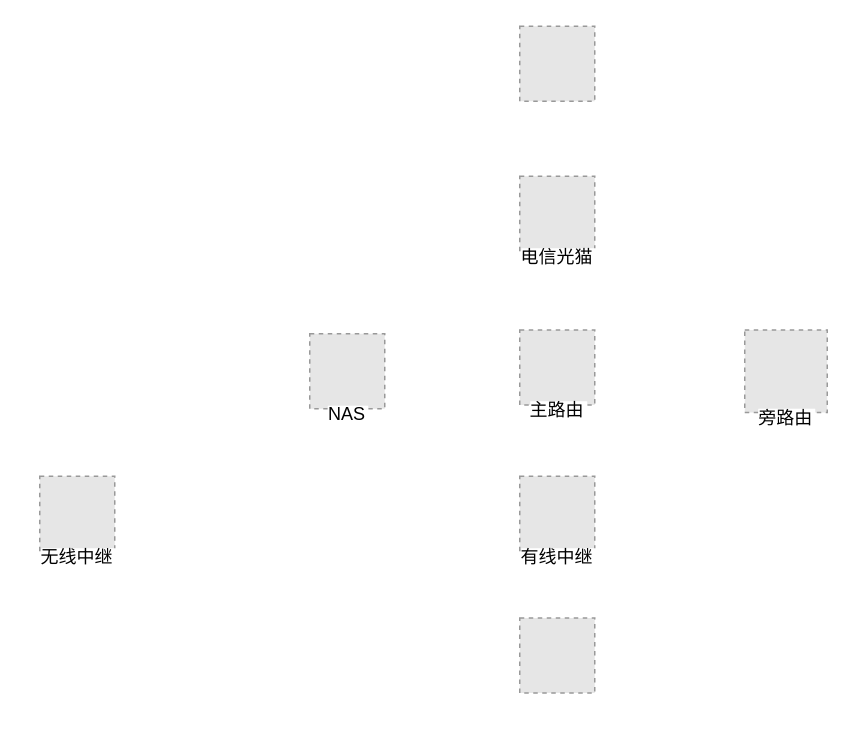
This is page "第 6 页" (6 of 6) of openwrt.drawio from quboqin/drawio, a draw.io file, before an edit. Source tidied: cells renumbered, new cells numbered last; positions are measured from the earlier drawing's top-left corner, leaving out a move shared by most shapes. Both pictures are drawn from the tidied source at 150%, with x=0, y=0 at pixel (39, 26). Pictures stored in the file or linked from it are replaced by grey dashed boxes.
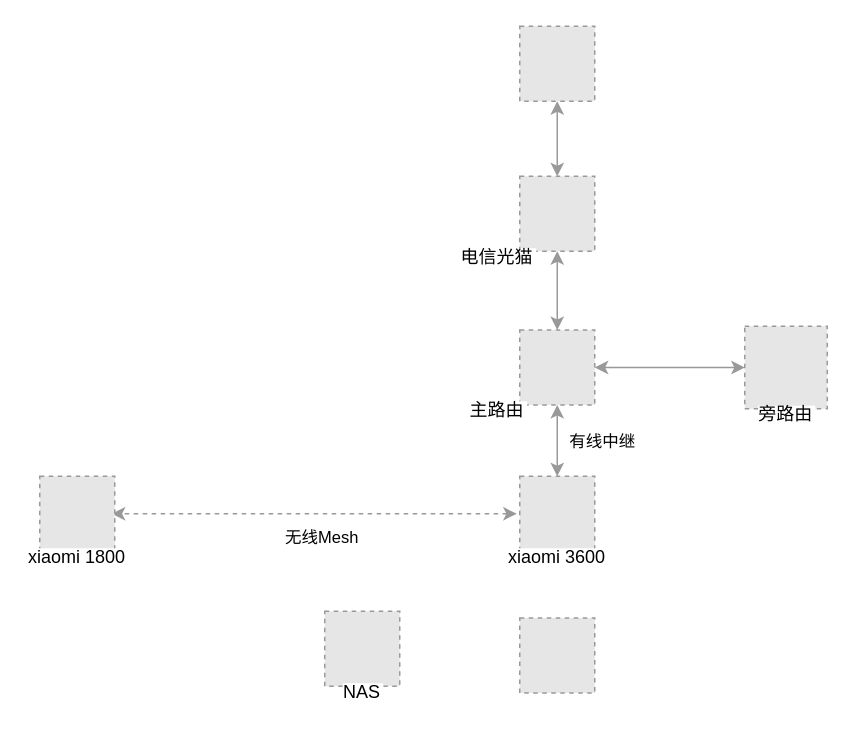
The same page after the edit.

The edit, as a diff of the source:
```diff
@@
 <mxGraphModel>
   <root>
     <mxCell id="0" />
     <mxCell id="1" parent="0" />
+    <mxCell id="10" style="edgeStyle=orthogonalEdgeStyle;rounded=0;jettySize=auto;html=1;entryX=0.5;entryY=0;entryDx=0;entryDy=0;startArrow=classic;startFill=1;strokeColor=#999999;" parent="1" edge="1" source="2" target="3">
+      <mxGeometry relative="1" as="geometry" />
+    </mxCell>
     <mxCell id="2" style="fillColor=#E6E6E6;strokeColor=#999999;dashed=1;verticalLabelPosition=bottom;labelBackgroundColor=default;verticalAlign=top;" parent="1" vertex="1">
       <mxGeometry x="320" width="50" height="50" as="geometry" />
     </mxCell>
+    <mxCell id="11" style="edgeStyle=orthogonalEdgeStyle;rounded=0;jettySize=auto;html=1;entryX=0.5;entryY=0;entryDx=0;entryDy=0;startArrow=classic;startFill=1;strokeColor=#999999;" parent="1" edge="1" source="3" target="4">
+      <mxGeometry relative="1" as="geometry" />
+    </mxCell>
-    <mxCell id="3" value="电信光猫" style="fillColor=#E6E6E6;strokeColor=#999999;dashed=1;verticalLabelPosition=bottom;labelBackgroundColor=default;verticalAlign=top;spacingTop=-10;" parent="1" vertex="1">
+    <mxCell id="3" value="电信光猫" style="fillColor=#E6E6E6;strokeColor=#999999;dashed=1;verticalLabelPosition=bottom;labelBackgroundColor=default;verticalAlign=top;spacingTop=-10;spacingLeft=-80;" parent="1" vertex="1">
       <mxGeometry x="320" y="100" width="50" height="50" as="geometry" />
     </mxCell>
+    <mxCell id="12" style="edgeStyle=orthogonalEdgeStyle;rounded=0;jettySize=auto;html=1;startArrow=classic;startFill=1;strokeColor=#999999;" parent="1" edge="1" source="4" target="5">
+      <mxGeometry relative="1" as="geometry" />
+    </mxCell>
+    <mxCell id="13" value="有线中继" style="edgeStyle=orthogonalEdgeStyle;rounded=0;jettySize=auto;html=1;entryX=0.5;entryY=0;entryDx=0;entryDy=0;startArrow=classic;startFill=1;spacingLeft=60;strokeColor=#999999;" parent="1" edge="1" source="4" target="6">
+      <mxGeometry relative="1" as="geometry" />
+    </mxCell>
-    <mxCell id="4" value="主路由" style="fillColor=#E6E6E6;strokeColor=#999999;dashed=1;verticalLabelPosition=bottom;labelBackgroundColor=default;verticalAlign=top;spacingTop=-10;" parent="1" vertex="1">
+    <mxCell id="4" value="主路由" style="fillColor=#E6E6E6;strokeColor=#999999;dashed=1;verticalLabelPosition=bottom;labelBackgroundColor=default;verticalAlign=top;spacingTop=-10;spacingLeft=-80;" parent="1" vertex="1">
       <mxGeometry x="320" y="202.5" width="50" height="50" as="geometry" />
     </mxCell>
     <mxCell id="5" value="旁路由" style="fillColor=#E6E6E6;strokeColor=#999999;dashed=1;verticalLabelPosition=bottom;labelBackgroundColor=default;verticalAlign=top;spacingTop=-10;" parent="1" vertex="1">
-      <mxGeometry x="470" y="202.5" width="55" height="55" as="geometry" />
+      <mxGeometry x="470" y="200" width="55" height="55" as="geometry" />
     </mxCell>
+    <mxCell id="14" style="edgeStyle=orthogonalEdgeStyle;rounded=0;orthogonalLoop=1;jettySize=auto;html=1;entryX=1;entryY=0.5;entryDx=0;entryDy=0;dashed=1;startArrow=classic;startFill=1;spacingTop=0;spacingBottom=20;spacingLeft=0;verticalAlign=top;strokeColor=#999999;" parent="1" edge="1">
+      <mxGeometry relative="1" as="geometry">
+        <mxPoint x="318" y="325" as="sourcePoint" />
+        <mxPoint x="48" y="325" as="targetPoint" />
+      </mxGeometry>
+    </mxCell>
+    <mxCell id="15" value="无线Mesh" style="edgeLabel;html=1;align=center;verticalAlign=middle;" parent="14" vertex="1">
+      <mxGeometry x="-0.03" y="-3" relative="1" as="geometry">
+        <mxPoint y="18" as="offset" />
+      </mxGeometry>
+    </mxCell>
-    <mxCell id="6" value="有线中继" style="fillColor=#E6E6E6;strokeColor=#999999;dashed=1;verticalLabelPosition=bottom;labelBackgroundColor=default;verticalAlign=top;spacingTop=-10;" parent="1" vertex="1">
+    <mxCell id="6" value="xiaomi 3600" style="fillColor=#E6E6E6;strokeColor=#999999;dashed=1;verticalLabelPosition=bottom;labelBackgroundColor=default;verticalAlign=top;spacingTop=-10;" parent="1" vertex="1">
       <mxGeometry x="320" y="300" width="50" height="50" as="geometry" />
     </mxCell>
-    <mxCell id="7" value="无线中继" style="fillColor=#E6E6E6;strokeColor=#999999;dashed=1;verticalLabelPosition=bottom;labelBackgroundColor=default;verticalAlign=top;spacingTop=-10;" parent="1" vertex="1">
+    <mxCell id="7" value="xiaomi 1800" style="fillColor=#E6E6E6;strokeColor=#999999;dashed=1;verticalLabelPosition=bottom;labelBackgroundColor=default;verticalAlign=top;spacingTop=-10;" parent="1" vertex="1">
       <mxGeometry y="300" width="50" height="50" as="geometry" />
     </mxCell>
     <mxCell id="8" value="NAS" style="fillColor=#E6E6E6;strokeColor=#999999;dashed=1;verticalLabelPosition=bottom;labelBackgroundColor=default;verticalAlign=top;spacingTop=-10;" parent="1" vertex="1">
-      <mxGeometry x="180" y="205" width="50" height="50" as="geometry" />
+      <mxGeometry x="190" y="390" width="50" height="50" as="geometry" />
     </mxCell>
     <mxCell id="9" style="fillColor=#E6E6E6;strokeColor=#999999;dashed=1;verticalLabelPosition=bottom;labelBackgroundColor=default;verticalAlign=top;" parent="1" vertex="1">
       <mxGeometry x="320" y="394.5" width="50" height="50" as="geometry" />
     </mxCell>
   </root>
 </mxGraphModel>
```
